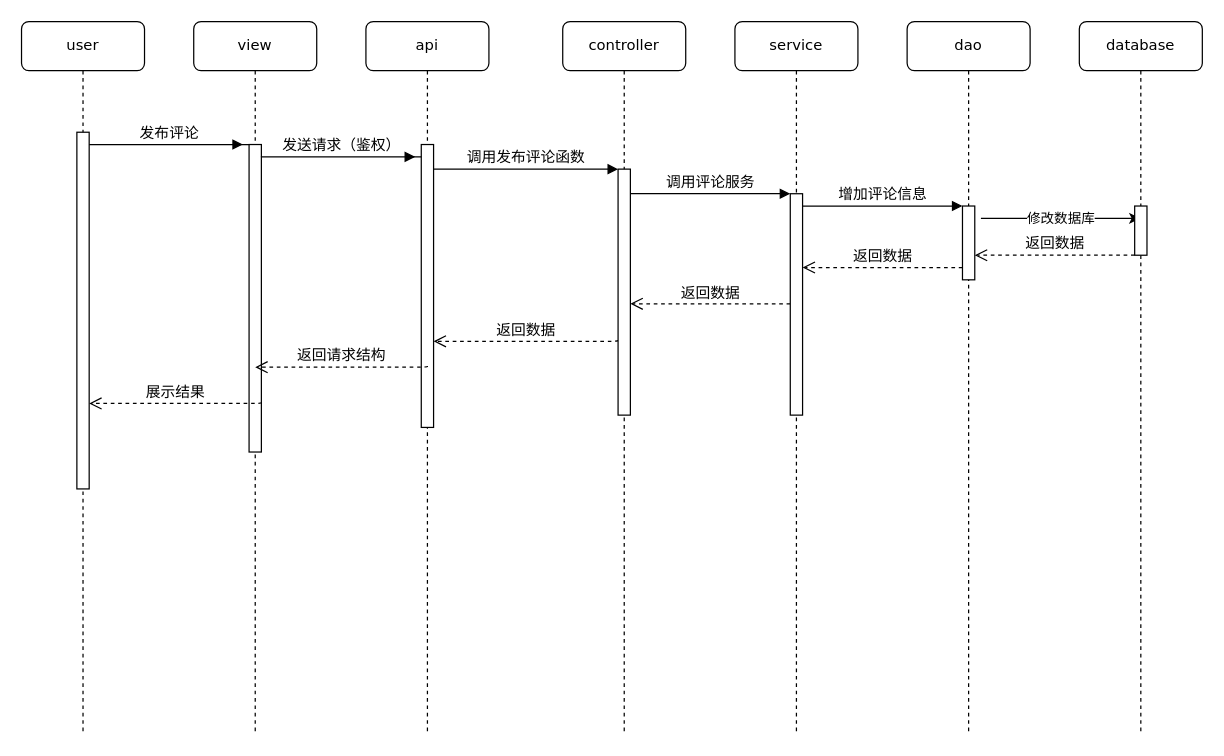
This is 毕业设计CQUPT/创建订单时序图.drawio from myjdml/drowio, a draw.io file, before an edit. Source tidied: cells renumbered, new cells numbered last; positions are measured from the earlier drawing's top-left corner, leaving out a move shared by most shapes. Both pictures are drawn from the tidied source at 123%, with x=0, y=0 at pixel (21, 21).
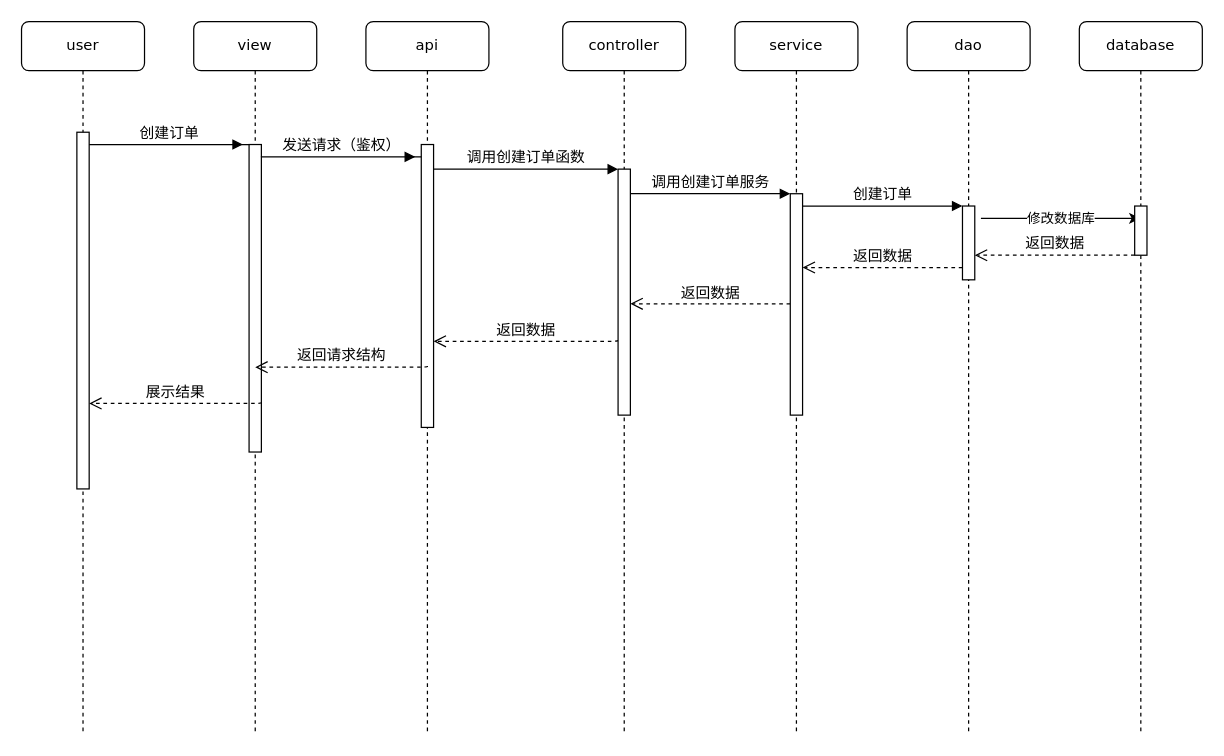
After the change.

Commit message:
更新创建订单时序图.drawio

Unchanged cells that the change refers to:
```xml
<mxCell id="3" style="html=1;points=[];perimeter=orthogonalPerimeter;rounded=0;shadow=0;comic=0;labelBackgroundColor=none;strokeWidth=1;fontFamily=Verdana;fontSize=12;align=center;" parent="2" vertex="1">
  <mxGeometry x="45" y="100" width="10" height="230" as="geometry" />
</mxCell>
<mxCell id="6" style="html=1;points=[];perimeter=orthogonalPerimeter;rounded=0;shadow=0;comic=0;labelBackgroundColor=none;strokeWidth=1;fontFamily=Verdana;fontSize=12;align=center;" parent="5" vertex="1">
  <mxGeometry x="45" y="120" width="10" height="200" as="geometry" />
</mxCell>
<mxCell id="16" style="html=1;points=[];perimeter=orthogonalPerimeter;rounded=0;shadow=0;comic=0;labelBackgroundColor=none;strokeWidth=1;fontFamily=Verdana;fontSize=12;align=center;" parent="15" vertex="1">
  <mxGeometry x="45" y="100" width="10" height="250" as="geometry" />
</mxCell>
<mxCell id="19" style="html=1;points=[];perimeter=orthogonalPerimeter;rounded=0;shadow=0;comic=0;labelBackgroundColor=none;strokeWidth=1;fontFamily=Verdana;fontSize=12;align=center;" parent="1" vertex="1">
  <mxGeometry x="625" y="140" width="10" height="180" as="geometry" />
</mxCell>
<mxCell id="21" style="html=1;points=[];perimeter=orthogonalPerimeter;rounded=0;shadow=0;comic=0;labelBackgroundColor=none;strokeWidth=1;fontFamily=Verdana;fontSize=12;align=center;" parent="1" vertex="1">
  <mxGeometry x="765" y="150" width="10" height="60" as="geometry" />
</mxCell>
```

Diff of the diagram source:
```diff
@@
-    <mxCell id="20" value="调用评论服务" style="html=1;verticalAlign=bottom;endArrow=block;labelBackgroundColor=none;fontFamily=Verdana;fontSize=12;edgeStyle=elbowEdgeStyle;elbow=vertical;" parent="1" edge="1" source="6" target="19">
+    <mxCell id="20" value="调用创建订单服务" style="html=1;verticalAlign=bottom;endArrow=block;labelBackgroundColor=none;fontFamily=Verdana;fontSize=12;edgeStyle=elbowEdgeStyle;elbow=vertical;" parent="1" edge="1" source="6" target="19">
       <mxGeometry relative="1" as="geometry">
         <Array as="points">
           <mxPoint x="500" y="140" />
         </Array>
       </mxGeometry>
     </mxCell>
@@
-    <mxCell id="22" value="增加评论信息" style="html=1;verticalAlign=bottom;endArrow=block;entryX=0;entryY=0;labelBackgroundColor=none;fontFamily=Verdana;fontSize=12;edgeStyle=elbowEdgeStyle;elbow=vertical;" parent="1" edge="1" source="19" target="21">
+    <mxCell id="22" value="创建订单" style="html=1;verticalAlign=bottom;endArrow=block;entryX=0;entryY=0;labelBackgroundColor=none;fontFamily=Verdana;fontSize=12;edgeStyle=elbowEdgeStyle;elbow=vertical;" parent="1" edge="1" source="19" target="21">
       <mxGeometry relative="1" as="geometry" />
     </mxCell>
-    <mxCell id="23" value="发布评论" style="html=1;verticalAlign=bottom;endArrow=block;labelBackgroundColor=none;fontFamily=Verdana;fontSize=12;edgeStyle=elbowEdgeStyle;elbow=vertical;" parent="1" edge="1" source="16">
+    <mxCell id="23" value="创建订单" style="html=1;verticalAlign=bottom;endArrow=block;labelBackgroundColor=none;fontFamily=Verdana;fontSize=12;edgeStyle=elbowEdgeStyle;elbow=vertical;" parent="1" edge="1" source="16">
       <mxGeometry x="0.55" relative="1" as="geometry">
         <mxPoint x="180" y="100" as="targetPoint" />
         <Array as="points">
           <mxPoint x="50" y="100" />
         </Array>
       </mxGeometry>
     </mxCell>
-    <mxCell id="24" value="调用发布评论函数" style="html=1;verticalAlign=bottom;endArrow=block;entryX=0;entryY=0;labelBackgroundColor=none;fontFamily=Verdana;fontSize=12;edgeStyle=elbowEdgeStyle;elbow=vertical;" parent="1" edge="1" source="3" target="6">
+    <mxCell id="24" value="调用创建订单函数" style="html=1;verticalAlign=bottom;endArrow=block;entryX=0;entryY=0;labelBackgroundColor=none;fontFamily=Verdana;fontSize=12;edgeStyle=elbowEdgeStyle;elbow=vertical;" parent="1" edge="1" source="3" target="6">
       <mxGeometry relative="1" as="geometry" />
     </mxCell>
```
